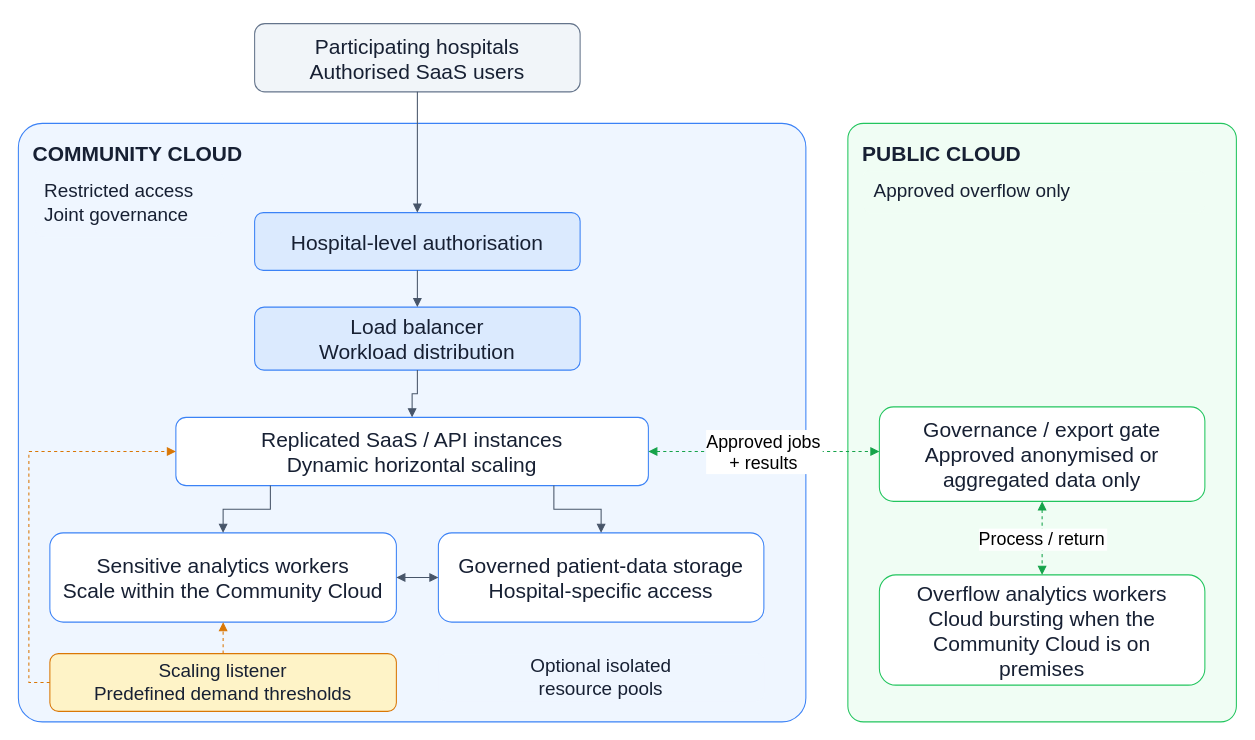
This is diagrams/Part1a-architecture.drawio from horiiiiii032929/cs5224-lab2-twitter-analytics, a draw.io file, before an edit. Source tidied: cells renumbered, new cells numbered last; positions are measured from the earlier drawing's top-left corner, leaving out a move shared by most shapes. Both pictures are drawn from the tidied source at 105%, with x=0, y=0 at pixel (18, 23).
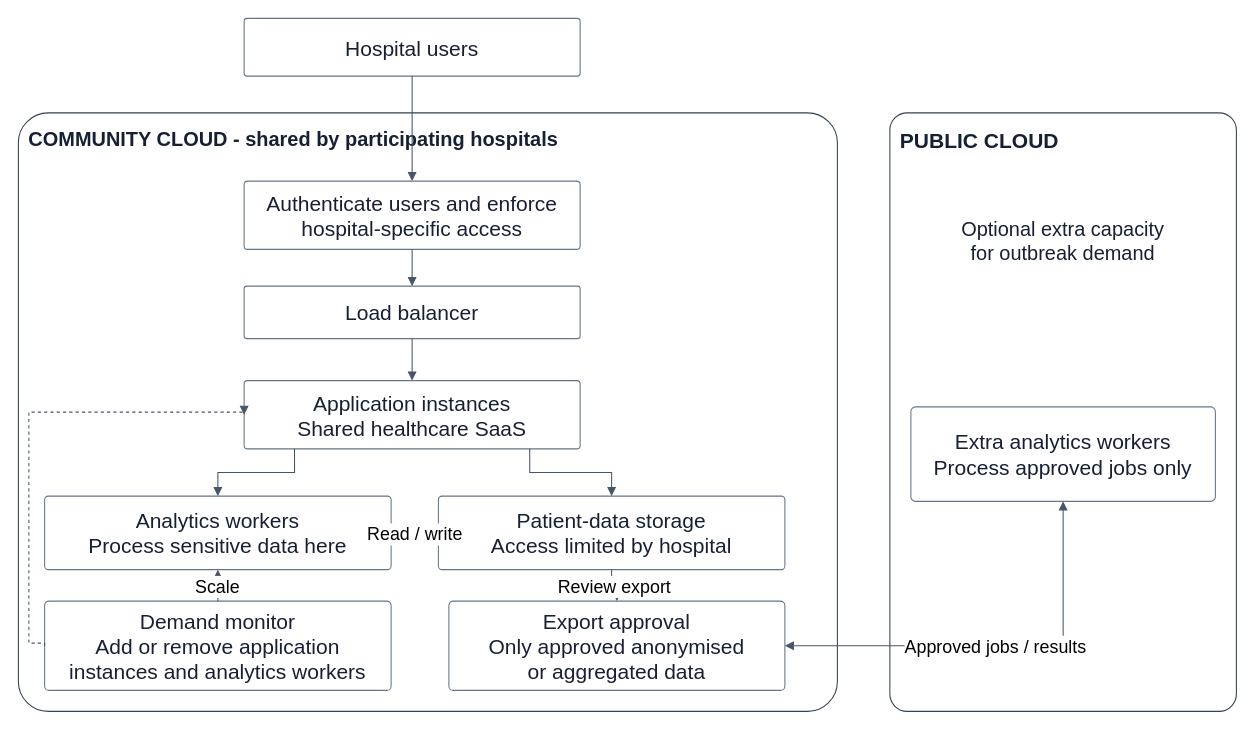
The same page after the edit.

Commit message (it also covers changes not shown here):
Clarify hospital, bank and AWS architecture diagrams

Diff of the diagram source:
```diff
@@
-    <mxCell id="2" value="COMMUNITY CLOUD" style="rounded=1;whiteSpace=wrap;html=0;fillColor=#eff6ff;strokeColor=#3b82f6;fontColor=#172033;fontFamily=Arial;fontSize=20;spacing=10;verticalAlign=top;align=left;fontStyle=1;spacing=0;spacingTop=12;spacingLeft=14;arcSize=4;" parent="1" vertex="1">
-      <mxGeometry y="95" width="750" height="570" as="geometry" />
+    <mxCell id="2" value="COMMUNITY CLOUD - shared by participating hospitals" style="rounded=1;arcSize=5;whiteSpace=wrap;html=0;fillColor=#ffffff;strokeColor=#334155;fontColor=#172033;fontFamily=Arial;fontSize=20;spacing=10;verticalAlign=top;align=left;fontStyle=1;fontSize=19;" parent="1" vertex="1">
+      <mxGeometry y="85" width="780" height="570" as="geometry" />
     </mxCell>
-    <mxCell id="3" value="PUBLIC CLOUD" style="rounded=1;whiteSpace=wrap;html=0;fillColor=#f0fdf4;strokeColor=#22c55e;fontColor=#172033;fontFamily=Arial;fontSize=20;spacing=10;verticalAlign=top;align=left;fontStyle=1;spacing=0;spacingTop=12;spacingLeft=14;arcSize=4;" parent="1" vertex="1">
-      <mxGeometry x="790" y="95" width="370" height="570" as="geometry" />
+    <mxCell id="3" value="PUBLIC CLOUD" style="rounded=1;arcSize=5;whiteSpace=wrap;html=0;fillColor=#ffffff;strokeColor=#334155;fontColor=#172033;fontFamily=Arial;fontSize=20;spacing=10;verticalAlign=top;align=left;fontStyle=1;" parent="1" vertex="1">
+      <mxGeometry x="830" y="85" width="330" height="570" as="geometry" />
     </mxCell>
-    <mxCell id="4" value="Restricted access&#10;Joint governance" style="rounded=1;whiteSpace=wrap;html=0;fillColor=#eff6ff;strokeColor=#eff6ff;fontColor=#172033;fontFamily=Arial;fontSize=20;spacing=10;align=left;fontSize=18;" parent="1" vertex="1">
-      <mxGeometry x="15" y="138" width="180" height="65" as="geometry" />
-    </mxCell>
-    <mxCell id="5" value="Approved overflow only" style="rounded=1;whiteSpace=wrap;html=0;fillColor=#f0fdf4;strokeColor=#f0fdf4;fontColor=#172033;fontFamily=Arial;fontSize=20;spacing=10;align=left;fontSize=18;" parent="1" vertex="1">
-      <mxGeometry x="805" y="140" width="325" height="40" as="geometry" />
-    </mxCell>
-    <mxCell id="6" value="Participating hospitals&#10;Authorised SaaS users" style="rounded=1;whiteSpace=wrap;html=0;fillColor=#f1f5f9;strokeColor=#64748b;fontColor=#172033;fontFamily=Arial;fontSize=20;spacing=10;" parent="1" vertex="1">
-      <mxGeometry x="225" width="310" height="65" as="geometry" />
+    <mxCell id="6" value="Hospital users" style="rounded=1;arcSize=5;whiteSpace=wrap;html=0;fillColor=#ffffff;strokeColor=#64748b;fontColor=#172033;fontFamily=Arial;fontSize=20;spacing=10;" parent="1" vertex="1">
+      <mxGeometry x="215" y="-5" width="320" height="55" as="geometry" />
     </mxCell>
-    <mxCell id="7" value="Hospital-level authorisation" style="rounded=1;whiteSpace=wrap;html=0;fillColor=#dbeafe;strokeColor=#3b82f6;fontColor=#172033;fontFamily=Arial;fontSize=20;spacing=10;" parent="1" vertex="1">
-      <mxGeometry x="225" y="180" width="310" height="55" as="geometry" />
+    <mxCell id="7" value="Authenticate users and enforce&#10;hospital-specific access" style="rounded=1;arcSize=5;whiteSpace=wrap;html=0;fillColor=#ffffff;strokeColor=#64748b;fontColor=#172033;fontFamily=Arial;fontSize=20;spacing=10;" parent="1" vertex="1">
+      <mxGeometry x="215" y="150" width="320" height="65" as="geometry" />
     </mxCell>
-    <mxCell id="8" value="Load balancer&#10;Workload distribution" style="rounded=1;whiteSpace=wrap;html=0;fillColor=#dbeafe;strokeColor=#3b82f6;fontColor=#172033;fontFamily=Arial;fontSize=20;spacing=10;" parent="1" vertex="1">
-      <mxGeometry x="225" y="270" width="310" height="60" as="geometry" />
+    <mxCell id="8" value="Load balancer" style="rounded=1;arcSize=5;whiteSpace=wrap;html=0;fillColor=#ffffff;strokeColor=#64748b;fontColor=#172033;fontFamily=Arial;fontSize=20;spacing=10;" parent="1" vertex="1">
+      <mxGeometry x="215" y="250" width="320" height="50" as="geometry" />
     </mxCell>
-    <mxCell id="9" value="Replicated SaaS / API instances&#10;Dynamic horizontal scaling" style="rounded=1;whiteSpace=wrap;html=0;fillColor=#ffffff;strokeColor=#3b82f6;fontColor=#172033;fontFamily=Arial;fontSize=20;spacing=10;" parent="1" vertex="1">
-      <mxGeometry x="150" y="375" width="450" height="65" as="geometry" />
+    <mxCell id="9" value="Application instances&#10;Shared healthcare SaaS" style="rounded=1;arcSize=5;whiteSpace=wrap;html=0;fillColor=#ffffff;strokeColor=#64748b;fontColor=#172033;fontFamily=Arial;fontSize=20;spacing=10;" parent="1" vertex="1">
+      <mxGeometry x="215" y="340" width="320" height="65" as="geometry" />
     </mxCell>
-    <mxCell id="10" value="Sensitive analytics workers&#10;Scale within the Community Cloud" style="rounded=1;whiteSpace=wrap;html=0;fillColor=#ffffff;strokeColor=#3b82f6;fontColor=#172033;fontFamily=Arial;fontSize=20;spacing=10;" parent="1" vertex="1">
-      <mxGeometry x="30" y="485" width="330" height="85" as="geometry" />
+    <mxCell id="10" value="Analytics workers&#10;Process sensitive data here" style="rounded=1;arcSize=5;whiteSpace=wrap;html=0;fillColor=#ffffff;strokeColor=#64748b;fontColor=#172033;fontFamily=Arial;fontSize=20;spacing=10;" parent="1" vertex="1">
+      <mxGeometry x="25" y="450" width="330" height="70" as="geometry" />
     </mxCell>
-    <mxCell id="11" value="Governed patient-data storage&#10;Hospital-specific access" style="rounded=1;whiteSpace=wrap;html=0;fillColor=#ffffff;strokeColor=#3b82f6;fontColor=#172033;fontFamily=Arial;fontSize=20;spacing=10;" parent="1" vertex="1">
-      <mxGeometry x="400" y="485" width="310" height="85" as="geometry" />
+    <mxCell id="11" value="Patient-data storage&#10;Access limited by hospital" style="rounded=1;arcSize=5;whiteSpace=wrap;html=0;fillColor=#ffffff;strokeColor=#64748b;fontColor=#172033;fontFamily=Arial;fontSize=20;spacing=10;" parent="1" vertex="1">
+      <mxGeometry x="400" y="450" width="330" height="70" as="geometry" />
     </mxCell>
-    <mxCell id="12" value="Scaling listener&#10;Predefined demand thresholds" style="rounded=1;whiteSpace=wrap;html=0;fillColor=#fef3c7;strokeColor=#d97706;fontColor=#172033;fontFamily=Arial;fontSize=20;spacing=10;fontSize=18;spacing=5;" parent="1" vertex="1">
-      <mxGeometry x="30" y="600" width="330" height="55" as="geometry" />
-    </mxCell>
-    <mxCell id="13" value="Optional isolated&#10;resource pools" style="rounded=1;whiteSpace=wrap;html=0;fillColor=#eff6ff;strokeColor=#eff6ff;fontColor=#172033;fontFamily=Arial;fontSize=20;spacing=10;fontSize=18;spacing=4;" parent="1" vertex="1">
-      <mxGeometry x="400" y="600" width="310" height="45" as="geometry" />
-    </mxCell>
-    <mxCell id="14" value="Governance / export gate&#10;Approved anonymised or&#10;aggregated data only" style="rounded=1;whiteSpace=wrap;html=0;fillColor=#ffffff;strokeColor=#22c55e;fontColor=#172033;fontFamily=Arial;fontSize=20;spacing=10;" parent="1" vertex="1">
-      <mxGeometry x="820" y="365" width="310" height="90" as="geometry" />
+    <mxCell id="14" value="Export approval&#10;Only approved anonymised&#10;or aggregated data" style="rounded=1;arcSize=5;whiteSpace=wrap;html=0;fillColor=#ffffff;strokeColor=#64748b;fontColor=#172033;fontFamily=Arial;fontSize=20;spacing=10;" parent="1" vertex="1">
+      <mxGeometry x="410" y="550" width="320" height="85" as="geometry" />
     </mxCell>
-    <mxCell id="15" value="Overflow analytics workers&#10;Cloud bursting when the&#10;Community Cloud is on premises" style="rounded=1;whiteSpace=wrap;html=0;fillColor=#ffffff;strokeColor=#22c55e;fontColor=#172033;fontFamily=Arial;fontSize=20;spacing=10;" parent="1" vertex="1">
-      <mxGeometry x="820" y="525" width="310" height="105" as="geometry" />
-    </mxCell>
+    <mxCell id="26" value="Demand monitor&#10;Add or remove application&#10;instances and analytics workers" style="rounded=1;arcSize=5;whiteSpace=wrap;html=0;fillColor=#ffffff;strokeColor=#64748b;fontColor=#172033;fontFamily=Arial;fontSize=20;spacing=10;" parent="1" vertex="1">
+      <mxGeometry x="25" y="550" width="330" height="85" as="geometry" />
+    </mxCell>
+    <mxCell id="27" value="Extra analytics workers&#10;Process approved jobs only" style="rounded=1;arcSize=5;whiteSpace=wrap;html=0;fillColor=#ffffff;strokeColor=#64748b;fontColor=#172033;fontFamily=Arial;fontSize=20;spacing=10;" parent="1" vertex="1">
+      <mxGeometry x="850" y="365" width="290" height="90" as="geometry" />
+    </mxCell>
+    <mxCell id="28" value="Optional extra capacity&#10;for outbreak demand" style="rounded=1;arcSize=5;whiteSpace=wrap;html=0;fillColor=#ffffff;strokeColor=#ffffff;fontColor=#172033;fontFamily=Arial;fontSize=20;spacing=10;fontSize=19;" parent="1" vertex="1">
+      <mxGeometry x="850" y="170" width="290" height="75" as="geometry" />
+    </mxCell>
-    <mxCell id="16" style="edgeStyle=orthogonalEdgeStyle;rounded=0;html=0;endArrow=block;endFill=1;fontSize=17;fontFamily=Arial;labelBackgroundColor=#ffffff;strokeColor=#475569;exitX=0.5;exitY=1;entryX=0.5;entryY=0;" parent="1" edge="1" source="6" target="7">
+    <mxCell id="16" style="edgeStyle=orthogonalEdgeStyle;rounded=0;html=0;endArrow=block;endFill=1;fontSize=17;fontFamily=Arial;labelBackgroundColor=#ffffff;strokeColor=#475569;" parent="1" edge="1" source="6" target="7">
       <mxGeometry relative="1" as="geometry" />
     </mxCell>
@@
-    <mxCell id="19" style="edgeStyle=orthogonalEdgeStyle;rounded=0;html=0;endArrow=block;endFill=1;fontSize=17;fontFamily=Arial;labelBackgroundColor=#ffffff;strokeColor=#475569;exitX=0.2;exitY=1;entryX=0.5;entryY=0;" parent="1" edge="1" source="9" target="10">
+    <mxCell id="19" style="edgeStyle=orthogonalEdgeStyle;rounded=0;html=0;endArrow=block;endFill=1;fontSize=17;fontFamily=Arial;labelBackgroundColor=#ffffff;strokeColor=#475569;exitX=0.15;exitY=1;entryX=0.5;entryY=0;" parent="1" edge="1" source="9" target="10">
       <mxGeometry relative="1" as="geometry" />
     </mxCell>
-    <mxCell id="20" style="edgeStyle=orthogonalEdgeStyle;rounded=0;html=0;endArrow=block;endFill=1;fontSize=17;fontFamily=Arial;labelBackgroundColor=#ffffff;strokeColor=#475569;exitX=0.8;exitY=1;entryX=0.5;entryY=0;" parent="1" edge="1" source="9" target="11">
+    <mxCell id="20" style="edgeStyle=orthogonalEdgeStyle;rounded=0;html=0;endArrow=block;endFill=1;fontSize=17;fontFamily=Arial;labelBackgroundColor=#ffffff;strokeColor=#475569;exitX=0.85;exitY=1;entryX=0.5;entryY=0;" parent="1" edge="1" source="9" target="11">
       <mxGeometry relative="1" as="geometry" />
     </mxCell>
-    <mxCell id="21" style="edgeStyle=orthogonalEdgeStyle;rounded=0;html=0;endArrow=block;endFill=1;fontSize=17;fontFamily=Arial;labelBackgroundColor=#ffffff;strokeColor=#475569;startArrow=block;startFill=1;exitX=1;exitY=0.5;entryX=0;entryY=0.5;" parent="1" edge="1" source="10" target="11">
+    <mxCell id="21" value="Read / write" style="edgeStyle=orthogonalEdgeStyle;rounded=0;html=0;endArrow=block;endFill=1;fontSize=17;fontFamily=Arial;labelBackgroundColor=#ffffff;strokeColor=#475569;startArrow=block;startFill=1;" parent="1" edge="1" source="10" target="11">
       <mxGeometry relative="1" as="geometry" />
     </mxCell>
-    <mxCell id="22" style="edgeStyle=orthogonalEdgeStyle;rounded=0;html=0;endArrow=block;endFill=1;fontSize=17;fontFamily=Arial;labelBackgroundColor=#ffffff;strokeColor=#475569;dashed=1;strokeColor=#d97706;exitX=0.5;exitY=0;entryX=0.5;entryY=1;" parent="1" edge="1" source="12" target="10">
+    <mxCell id="22" value="Scale" style="edgeStyle=orthogonalEdgeStyle;rounded=0;html=0;endArrow=block;endFill=1;fontSize=17;fontFamily=Arial;labelBackgroundColor=#ffffff;strokeColor=#475569;dashed=1;exitX=0.5;exitY=0;entryX=0.5;entryY=1;" parent="1" edge="1" source="26" target="10">
       <mxGeometry relative="1" as="geometry" />
     </mxCell>
-    <mxCell id="23" style="edgeStyle=orthogonalEdgeStyle;rounded=0;html=0;endArrow=block;endFill=1;fontSize=17;fontFamily=Arial;labelBackgroundColor=#ffffff;strokeColor=#475569;dashed=1;strokeColor=#d97706;exitX=0;exitY=0.5;entryX=0;entryY=0.5;" parent="1" edge="1" source="12" target="9">
+    <mxCell id="23" style="edgeStyle=orthogonalEdgeStyle;rounded=0;html=0;endArrow=block;endFill=1;fontSize=17;fontFamily=Arial;labelBackgroundColor=#ffffff;strokeColor=#475569;dashed=1;exitX=0;exitY=0.5;entryX=0;entryY=0.5;" parent="1" edge="1" source="26" target="9">
       <mxGeometry relative="1" as="geometry">
         <Array as="points">
-          <mxPoint x="10" y="627" />
-          <mxPoint x="10" y="407" />
+          <mxPoint x="10" y="590" />
+          <mxPoint x="10" y="370" />
         </Array>
       </mxGeometry>
     </mxCell>
-    <mxCell id="24" value="Approved jobs&#10;+ results" style="edgeStyle=orthogonalEdgeStyle;rounded=0;html=0;endArrow=block;endFill=1;fontSize=17;fontFamily=Arial;labelBackgroundColor=#ffffff;strokeColor=#475569;dashed=1;strokeColor=#16a34a;startArrow=block;startFill=1;exitX=1;exitY=0.5;entryX=0;entryY=0.472;" parent="1" edge="1" source="9" target="14">
+    <mxCell id="24" value="Review export" style="edgeStyle=orthogonalEdgeStyle;rounded=0;html=0;endArrow=block;endFill=1;fontSize=17;fontFamily=Arial;labelBackgroundColor=#ffffff;strokeColor=#475569;exitX=0.5;exitY=1;entryX=0.5;entryY=0;" parent="1" edge="1" source="11" target="14">
       <mxGeometry relative="1" as="geometry" />
     </mxCell>
-    <mxCell id="25" value="Process / return" style="edgeStyle=orthogonalEdgeStyle;rounded=0;html=0;endArrow=block;endFill=1;fontSize=17;fontFamily=Arial;labelBackgroundColor=#ffffff;strokeColor=#475569;startArrow=block;startFill=1;dashed=1;strokeColor=#16a34a;" parent="1" edge="1" source="14" target="15">
-      <mxGeometry relative="1" as="geometry" />
+    <mxCell id="25" value="Approved jobs / results" style="edgeStyle=orthogonalEdgeStyle;rounded=0;html=0;endArrow=block;endFill=1;fontSize=17;fontFamily=Arial;labelBackgroundColor=#ffffff;strokeColor=#475569;startArrow=block;startFill=1;exitX=1;exitY=0.5;entryX=0.5;entryY=1;" parent="1" edge="1" source="14" target="27">
+      <mxGeometry relative="1" as="geometry">
+        <Array as="points">
+          <mxPoint x="995" y="592" />
+        </Array>
+      </mxGeometry>
     </mxCell>
```
